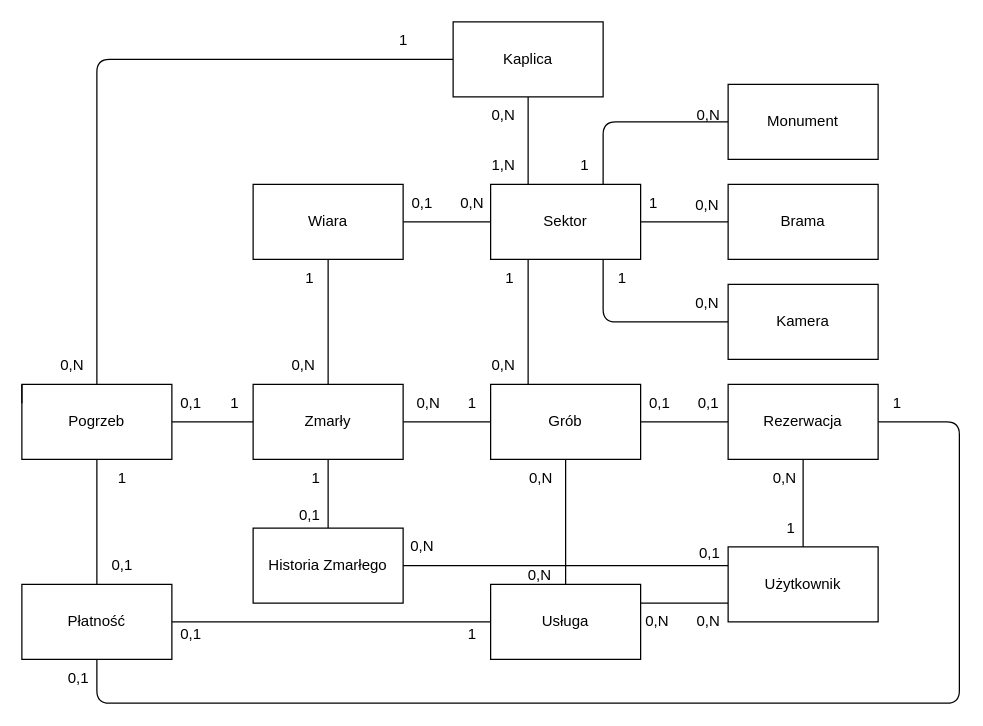
The draw.io diagram erd.drawio in wiraszkaa/PBD, before the edit. Source tidied: cells renumbered, new cells numbered last; positions are measured from the earlier drawing's top-left corner, leaving out a move shared by most shapes. Both pictures are drawn from the tidied source at 125%, with x=0, y=0 at pixel (21, 21).
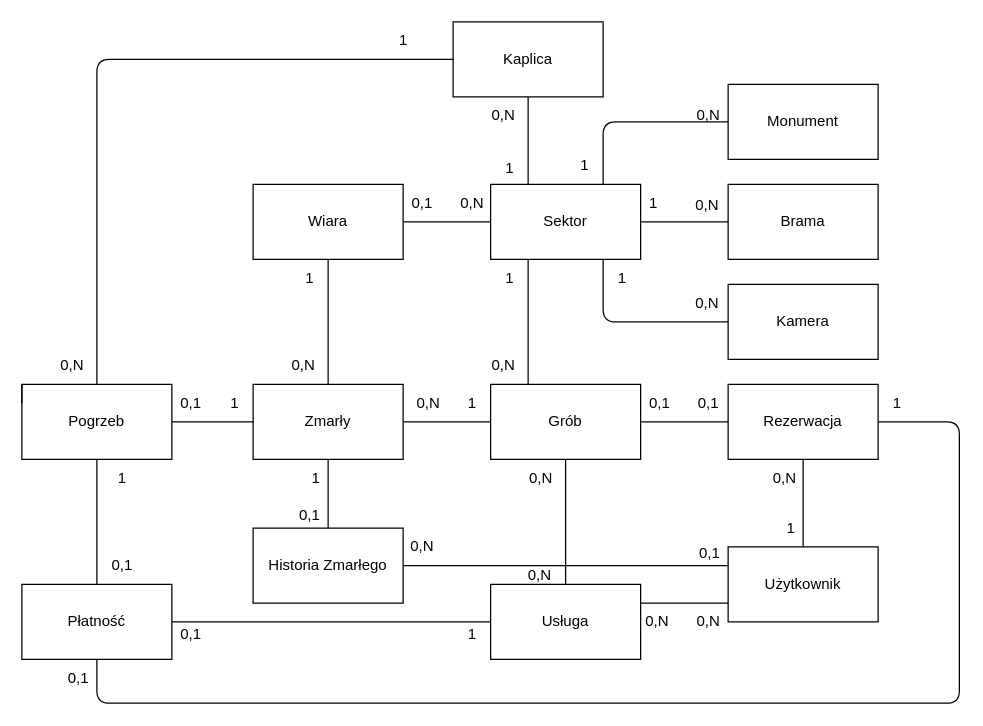
Above is the later version.

Change to the diagram source:
```diff
@@
-    <mxCell id="44" value="1,N" style="text;html=1;align=center;verticalAlign=middle;strokeColor=none;fillColor=none;" parent="1" vertex="1">
-      <mxGeometry x="365" y="100" width="40" height="30" as="geometry" />
+    <mxCell id="44" value="1" style="text;html=1;align=center;verticalAlign=middle;strokeColor=none;fillColor=none;" parent="1" vertex="1">
+      <mxGeometry x="375" y="102" width="30" height="30" as="geometry" />
     </mxCell>
```
